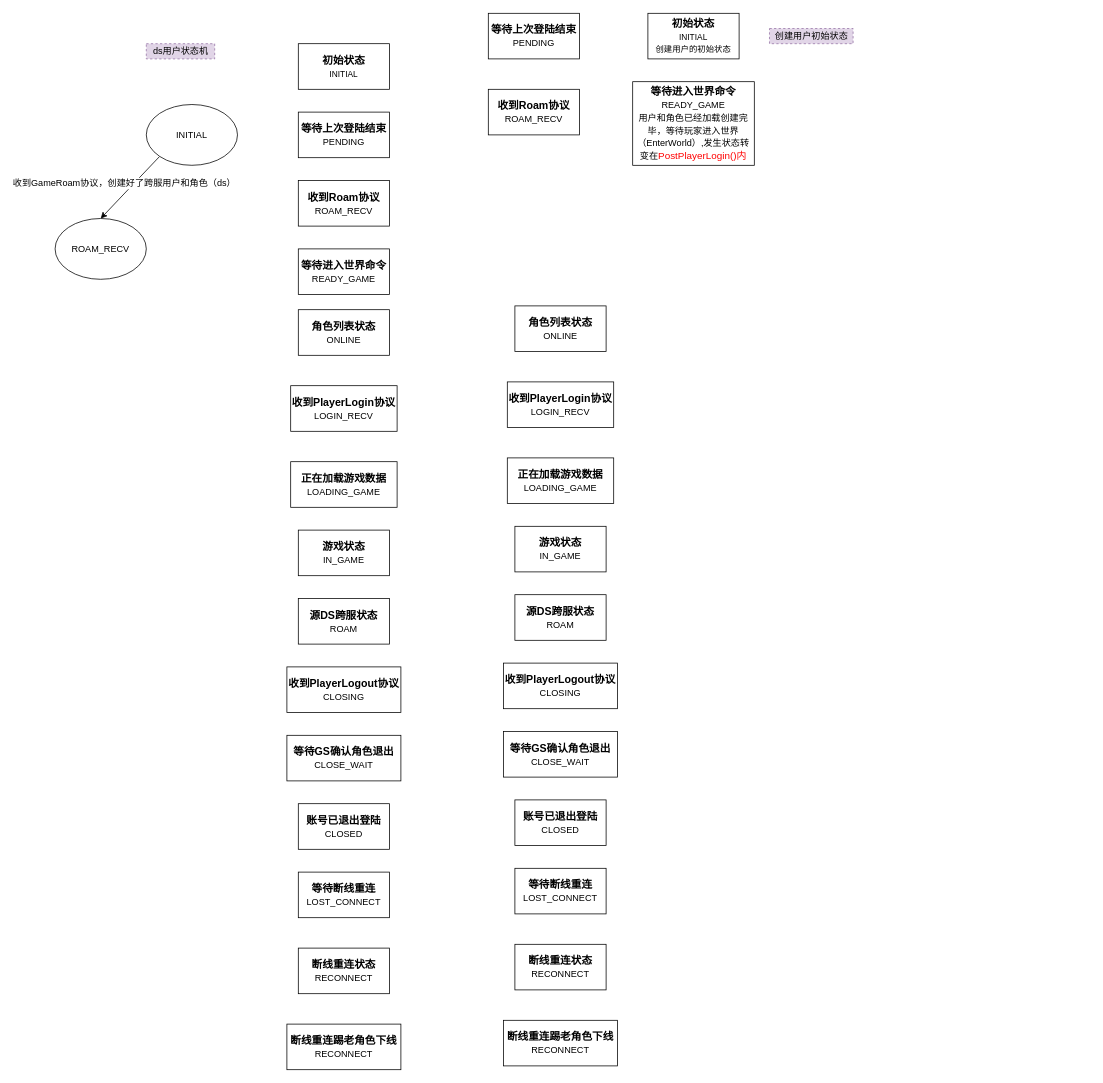
Earlier version of the draw.io diagram page "用户状态机" (11 of 13) of i-server.drawio (hsoul/lqua). Source tidied: cells renumbered, new cells numbered last; positions are measured from the earlier drawing's top-left corner, leaving out a move shared by most shapes. Both pictures are drawn from the tidied source at 76%, with x=0, y=0 at pixel (55, 13).
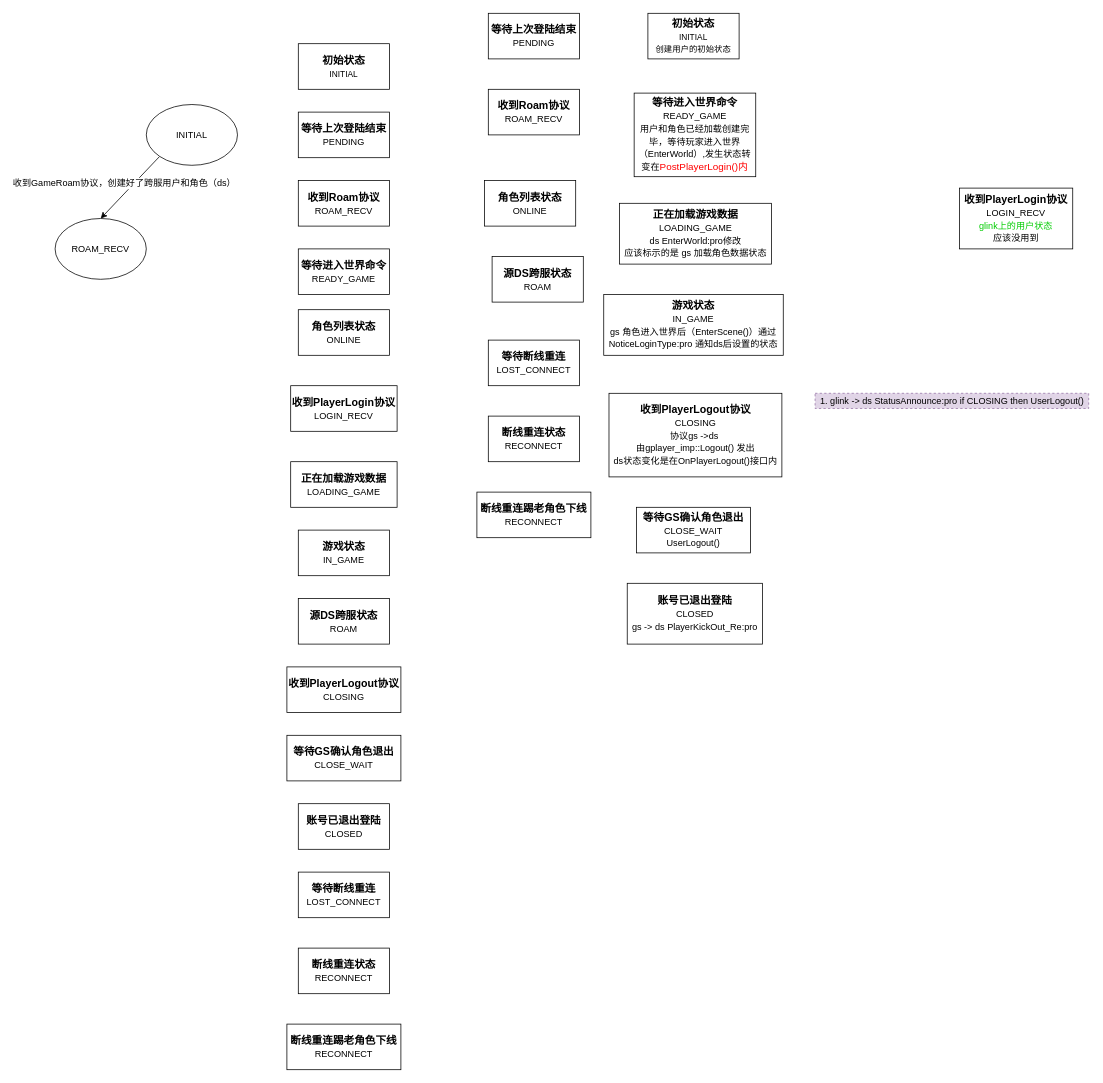
The same diagram, later.

The edit, as a diff of the source:
```diff
@@
-    <mxCell id="17" value="ds用户状态机" style="text;html=1;align=center;verticalAlign=middle;fillColor=#e1d5e7;rounded=0;glass=0;sketch=0;dashed=1;strokeColor=#9673a6;" parent="1" vertex="1">
-      <mxGeometry x="120" y="40" width="90" height="20" as="geometry" />
+    <mxCell id="17" value="1. glink -&amp;gt; ds StatusAnnounce:pro if CLOSING then UserLogout()" style="text;html=1;align=center;verticalAlign=middle;fillColor=#e1d5e7;rounded=0;glass=0;sketch=0;dashed=1;strokeColor=#9673a6;" parent="1" vertex="1">
+      <mxGeometry x="1000" y="500" width="360" height="20" as="geometry" />
     </mxCell>
@@
     <mxCell id="25" value="等待进入世界命令&lt;br&gt;&lt;font style=&quot;font-size: 12px ; font-weight: normal&quot;&gt;READY_GAME&lt;br&gt;用户和角色已经加载创建完毕，等待玩家进入世界（EnterWorld）,发生状态转变在&lt;span style=&quot;color: rgb(255 , 0 , 0) ; font-size: 13px ; text-align: left ; background-color: rgba(255 , 255 , 255 , 0.01)&quot;&gt;PostPlayerLogin()内&lt;/span&gt;&lt;br&gt;&lt;/font&gt;" style="rounded=0;whiteSpace=wrap;html=1;sketch=0;fontSize=14;fontStyle=1;" parent="1" vertex="1">
-      <mxGeometry x="760" y="90" width="160" height="110" as="geometry" />
+      <mxGeometry x="761.9" y="105" width="160" height="110" as="geometry" />
     </mxCell>
     <mxCell id="26" value="角色列表状态&lt;br&gt;&lt;font style=&quot;font-size: 12px ; font-weight: normal&quot;&gt;ONLINE&lt;/font&gt;" style="rounded=0;whiteSpace=wrap;html=1;sketch=0;fontSize=14;fontStyle=1;" parent="1" vertex="1">
-      <mxGeometry x="605" y="385" width="120" height="60" as="geometry" />
+      <mxGeometry x="565" y="220" width="120" height="60" as="geometry" />
     </mxCell>
-    <mxCell id="27" value="收到PlayerLogin协议&lt;br&gt;&lt;font style=&quot;font-size: 12px ; font-weight: normal&quot;&gt;LOGIN_RECV&lt;/font&gt;" style="rounded=0;whiteSpace=wrap;html=1;sketch=0;fontSize=14;fontStyle=1;" parent="1" vertex="1">
-      <mxGeometry x="595" y="485" width="140" height="60" as="geometry" />
+    <mxCell id="27" value="收到PlayerLogin协议&lt;br&gt;&lt;font style=&quot;font-size: 12px ; font-weight: normal&quot;&gt;LOGIN_RECV&lt;br&gt;&lt;font color=&quot;#00cc00&quot;&gt;glink上的用户状态&lt;br&gt;&lt;/font&gt;应该没用到&lt;br&gt;&lt;/font&gt;" style="rounded=0;whiteSpace=wrap;html=1;sketch=0;fontSize=14;fontStyle=1;" parent="1" vertex="1">
+      <mxGeometry x="1190" y="230" width="149" height="80" as="geometry" />
     </mxCell>
-    <mxCell id="28" value="正在加载游戏数据&lt;br&gt;&lt;font style=&quot;font-size: 12px ; font-weight: normal&quot;&gt;LOADING_GAME&lt;/font&gt;" style="rounded=0;whiteSpace=wrap;html=1;sketch=0;fontSize=14;fontStyle=1;" parent="1" vertex="1">
-      <mxGeometry x="595" y="585" width="140" height="60" as="geometry" />
+    <mxCell id="28" value="正在加载游戏数据&lt;br&gt;&lt;font style=&quot;font-size: 12px ; font-weight: normal&quot;&gt;LOADING_GAME&lt;br&gt;ds EnterWorld:pro修改&lt;br&gt;应该标示的是 gs 加载角色数据状态&lt;br&gt;&lt;/font&gt;" style="rounded=0;whiteSpace=wrap;html=1;sketch=0;fontSize=14;fontStyle=1;" parent="1" vertex="1">
+      <mxGeometry x="742.5" y="250" width="200" height="80" as="geometry" />
     </mxCell>
-    <mxCell id="29" value="游戏状态&lt;br&gt;&lt;font style=&quot;font-size: 12px ; font-weight: normal&quot;&gt;IN_GAME&lt;/font&gt;" style="rounded=0;whiteSpace=wrap;html=1;sketch=0;fontSize=14;fontStyle=1;" parent="1" vertex="1">
-      <mxGeometry x="605" y="675" width="120" height="60" as="geometry" />
-    </mxCell>
     <mxCell id="30" value="源DS跨服状态&lt;br&gt;&lt;font style=&quot;font-size: 12px ; font-weight: normal&quot;&gt;ROAM&lt;/font&gt;" style="rounded=0;whiteSpace=wrap;html=1;sketch=0;fontSize=14;fontStyle=1;" parent="1" vertex="1">
-      <mxGeometry x="605" y="765" width="120" height="60" as="geometry" />
+      <mxGeometry x="575" y="320" width="120" height="60" as="geometry" />
     </mxCell>
-    <mxCell id="31" value="收到PlayerLogout协议&lt;br&gt;&lt;font style=&quot;font-size: 12px ; font-weight: normal&quot;&gt;CLOSING&lt;/font&gt;" style="rounded=0;whiteSpace=wrap;html=1;sketch=0;fontSize=14;fontStyle=1;" parent="1" vertex="1">
-      <mxGeometry x="590" y="855" width="150" height="60" as="geometry" />
+    <mxCell id="31" value="收到PlayerLogout协议&lt;br&gt;&lt;font style=&quot;font-size: 12px ; font-weight: normal&quot;&gt;CLOSING&lt;br&gt;协议gs -&amp;gt;ds&amp;nbsp; &lt;br&gt;由gplayer_imp::Logout() 发出&lt;br&gt;ds状态变化是在OnPlayerLogout()接口内&lt;br&gt;&lt;/font&gt;" style="rounded=0;whiteSpace=wrap;html=1;sketch=0;fontSize=14;fontStyle=1;" parent="1" vertex="1">
+      <mxGeometry x="728.8" y="500" width="227.5" height="110" as="geometry" />
     </mxCell>
-    <mxCell id="32" value="等待GS确认角色退出&lt;br&gt;&lt;font style=&quot;font-size: 12px ; font-weight: normal&quot;&gt;CLOSE_WAIT&lt;/font&gt;" style="rounded=0;whiteSpace=wrap;html=1;sketch=0;fontSize=14;fontStyle=1;" parent="1" vertex="1">
-      <mxGeometry x="590" y="945" width="150" height="60" as="geometry" />
+    <mxCell id="32" value="等待GS确认角色退出&lt;br&gt;&lt;font style=&quot;font-size: 12px ; font-weight: normal&quot;&gt;CLOSE_WAIT&lt;br&gt;UserLogout()&lt;br&gt;&lt;/font&gt;" style="rounded=0;whiteSpace=wrap;html=1;sketch=0;fontSize=14;fontStyle=1;" parent="1" vertex="1">
+      <mxGeometry x="765" y="650" width="150" height="60" as="geometry" />
     </mxCell>
-    <mxCell id="33" value="账号已退出登陆&lt;br&gt;&lt;font style=&quot;font-size: 12px ; font-weight: normal&quot;&gt;CLOSED&lt;/font&gt;" style="rounded=0;whiteSpace=wrap;html=1;sketch=0;fontSize=14;fontStyle=1;" parent="1" vertex="1">
-      <mxGeometry x="605" y="1035" width="120" height="60" as="geometry" />
+    <mxCell id="33" value="账号已退出登陆&lt;br&gt;&lt;font style=&quot;font-size: 12px ; font-weight: normal&quot;&gt;CLOSED&lt;br&gt;gs -&amp;gt; ds PlayerKickOut_Re:pro&lt;br&gt;&lt;/font&gt;" style="rounded=0;whiteSpace=wrap;html=1;sketch=0;fontSize=14;fontStyle=1;" parent="1" vertex="1">
+      <mxGeometry x="752.8" y="750" width="178.1" height="80" as="geometry" />
     </mxCell>
     <mxCell id="34" value="等待断线重连&lt;br&gt;&lt;font style=&quot;font-size: 12px ; font-weight: normal&quot;&gt;LOST_CONNECT&lt;/font&gt;" style="rounded=0;whiteSpace=wrap;html=1;sketch=0;fontSize=14;fontStyle=1;" parent="1" vertex="1">
-      <mxGeometry x="605" y="1125" width="120" height="60" as="geometry" />
+      <mxGeometry x="570" y="430" width="120" height="60" as="geometry" />
     </mxCell>
     <mxCell id="35" value="断线重连状态&lt;br&gt;&lt;font style=&quot;font-size: 12px ; font-weight: normal&quot;&gt;RECONNECT&lt;/font&gt;" style="rounded=0;whiteSpace=wrap;html=1;sketch=0;fontSize=14;fontStyle=1;" parent="1" vertex="1">
-      <mxGeometry x="605" y="1225" width="120" height="60" as="geometry" />
+      <mxGeometry x="570" y="530" width="120" height="60" as="geometry" />
     </mxCell>
     <mxCell id="36" value="断线重连踢老角色下线&lt;br&gt;&lt;font style=&quot;font-size: 12px ; font-weight: normal&quot;&gt;RECONNECT&lt;/font&gt;" style="rounded=0;whiteSpace=wrap;html=1;sketch=0;fontSize=14;fontStyle=1;" parent="1" vertex="1">
-      <mxGeometry x="590" y="1325" width="150" height="60" as="geometry" />
+      <mxGeometry x="555" y="630" width="150" height="60" as="geometry" />
     </mxCell>
-    <mxCell id="37" value="创建用户初始状态" style="text;html=1;align=center;verticalAlign=middle;fillColor=#e1d5e7;rounded=0;glass=0;sketch=0;dashed=1;strokeColor=#9673a6;" parent="1" vertex="1">
-      <mxGeometry x="940" y="20" width="110" height="20" as="geometry" />
-    </mxCell>
+    <mxCell id="38" value="游戏状态&lt;br&gt;&lt;font style=&quot;font-size: 12px ; font-weight: normal&quot;&gt;IN_GAME&lt;br&gt;gs 角色进入世界后（EnterScene()）通过NoticeLoginType:pro 通知ds后设置的状态&lt;br&gt;&lt;/font&gt;" style="rounded=0;whiteSpace=wrap;html=1;sketch=0;fontSize=14;fontStyle=1;" parent="1" vertex="1">
+      <mxGeometry x="721.9" y="370" width="236.2" height="80" as="geometry" />
+    </mxCell>
```
